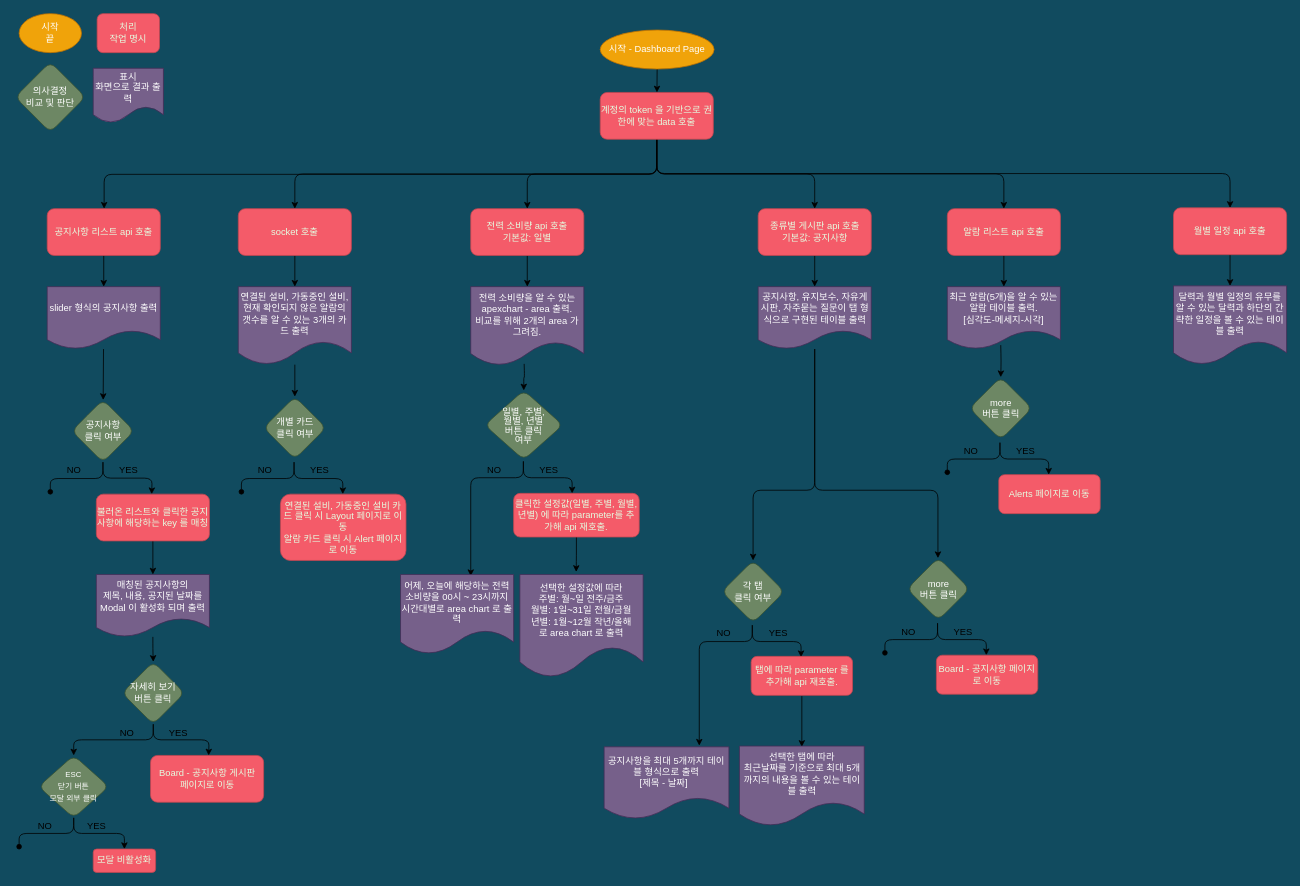
Before: dashboard-page.drawio in hws522/draw.io, a draw.io diagram. Source tidied: cells renumbered, new cells numbered last; positions are measured from the earlier drawing's top-left corner, leaving out a move shared by most shapes. Both pictures are drawn from the tidied source at 78%, with x=0, y=0 at pixel (15, 13).
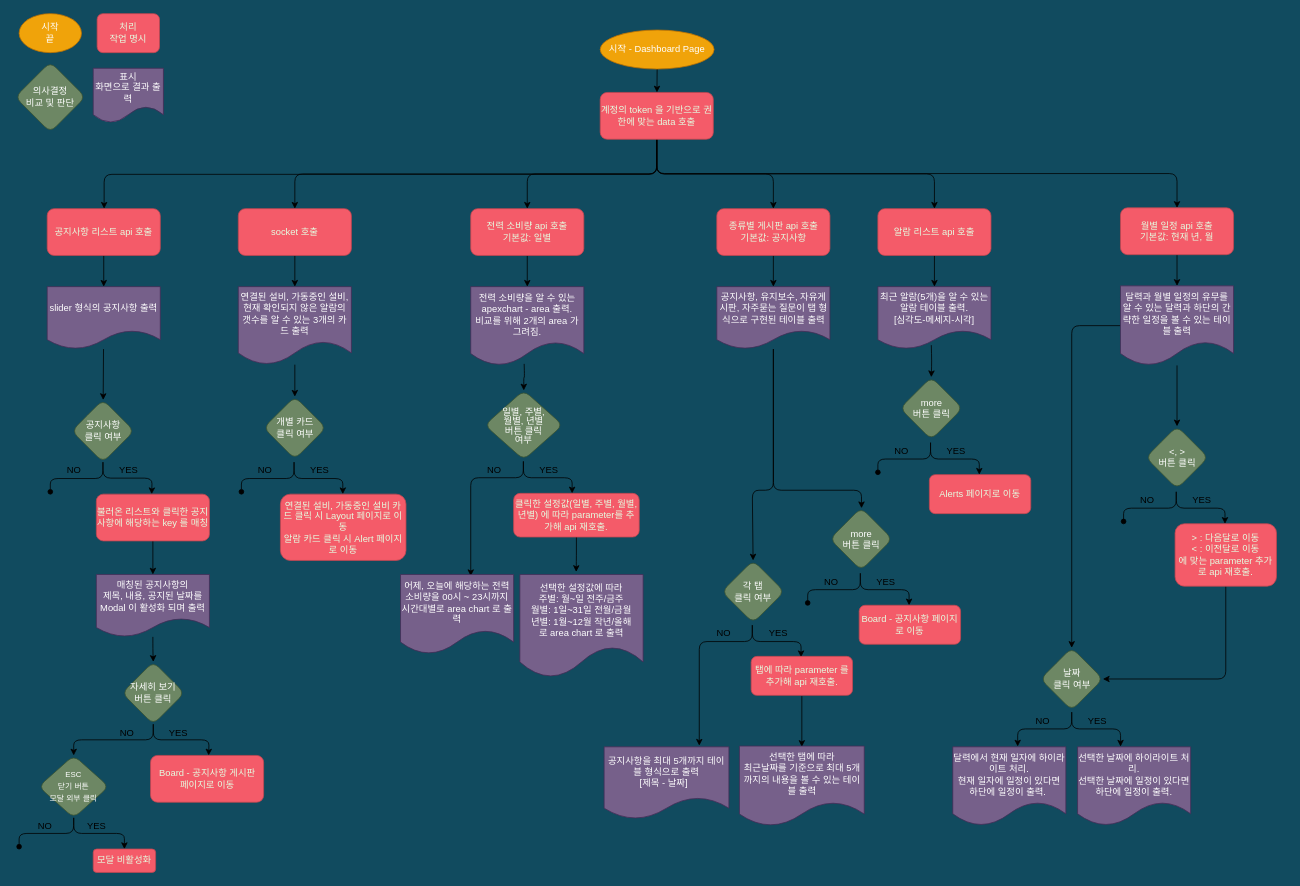
After the change.

Commit message:
dashboard page flowchart

Unchanged cells that the change refers to:
```xml
<mxCell id="87" value="각 탭&lt;br&gt;클릭 여부" style="rhombus;whiteSpace=wrap;html=1;fillColor=#6d8764;strokeColor=#3A5431;fontColor=#ffffff;rounded=1;glass=0;strokeWidth=1;shadow=0;" parent="1" vertex="1">
  <mxGeometry x="906" y="701" width="80" height="80" as="geometry" />
</mxCell>
```

What changed in the source:
```diff
@@
     <mxCell id="15" value="최근 알람(5개)을 알 수 있는 알람 테이블 출력.&lt;br&gt;[심각도-메세지-시각]" style="shape=document;whiteSpace=wrap;html=1;boundedLbl=1;fillColor=#76608a;strokeColor=#432D57;fontColor=#ffffff;rounded=1;glass=0;strokeWidth=1;shadow=0;" parent="1" vertex="1">
-      <mxGeometry x="1195" y="350" width="145" height="80" as="geometry" />
+      <mxGeometry x="1106" y="350" width="145" height="80" as="geometry" />
     </mxCell>
     <mxCell id="16" style="edgeStyle=orthogonalEdgeStyle;html=1;shadow=0;fontSize=10;endArrow=classic;endFill=1;" parent="1" edge="1" source="18" target="81">
       <mxGeometry relative="1" as="geometry">
         <Array as="points">
-          <mxPoint x="1025" y="611" />
-          <mxPoint x="1183" y="611" />
+          <mxPoint x="972" y="611" />
+          <mxPoint x="1085" y="611" />
         </Array>
       </mxGeometry>
     </mxCell>
-    <mxCell id="17" style="edgeStyle=orthogonalEdgeStyle;html=1;shadow=0;fontSize=10;endArrow=classic;endFill=1;" parent="1" edge="1" source="18" target="87">
+    <mxCell id="17" style="edgeStyle=orthogonalEdgeStyle;html=1;shadow=0;fontSize=10;endArrow=classic;endFill=1;entryX=0.5;entryY=0;entryDx=0;entryDy=0;" parent="1" edge="1" target="87">
       <mxGeometry relative="1" as="geometry">
+        <mxPoint x="972" y="430" as="sourcePoint" />
         <Array as="points">
-          <mxPoint x="1025" y="611" />
-          <mxPoint x="946" y="611" />
+          <mxPoint x="972" y="611" />
+          <mxPoint x="945" y="611" />
+          <mxPoint x="945" y="701" />
         </Array>
       </mxGeometry>
     </mxCell>
     <mxCell id="18" value="공지사항, 유지보수, 자유게시판, 자주묻는 질문이 탭 형식으로 구현된 테이블 출력" style="shape=document;whiteSpace=wrap;html=1;boundedLbl=1;fillColor=#76608a;strokeColor=#432D57;fontColor=#ffffff;rounded=1;glass=0;strokeWidth=1;shadow=0;" parent="1" vertex="1">
-      <mxGeometry x="952.5" y="350" width="145" height="80" as="geometry" />
+      <mxGeometry x="899.5" y="350" width="145" height="80" as="geometry" />
     </mxCell>
+    <mxCell id="96" style="edgeStyle=orthogonalEdgeStyle;html=1;shadow=0;fontSize=10;endArrow=classic;endFill=1;" parent="1" edge="1" source="19" target="98">
+      <mxGeometry relative="1" as="geometry" />
+    </mxCell>
+    <mxCell id="97" style="edgeStyle=orthogonalEdgeStyle;html=1;entryX=0.5;entryY=0;entryDx=0;entryDy=0;shadow=0;fontSize=10;endArrow=classic;endFill=1;" parent="1" edge="1" source="19" target="105">
+      <mxGeometry relative="1" as="geometry" />
+    </mxCell>
     <mxCell id="19" value="달력과 월별 일정의 유무를 알 수 있는 달력과 하단의 간략한 일정을 볼 수 있는 테이블 출력" style="shape=document;whiteSpace=wrap;html=1;boundedLbl=1;fillColor=#76608a;strokeColor=#432D57;fontColor=#ffffff;rounded=1;glass=0;strokeWidth=1;shadow=0;" parent="1" vertex="1">
-      <mxGeometry x="1485" y="349" width="145" height="101" as="geometry" />
+      <mxGeometry x="1417" y="349" width="145" height="102" as="geometry" />
     </mxCell>
@@
-    <mxCell id="29" value="월별 일정 api 호출" style="whiteSpace=wrap;html=1;fillColor=#F45B69;strokeColor=#C34651;fontColor=#E4FDE1;rounded=1;glass=0;strokeWidth=1;shadow=0;" parent="1" vertex="1">
-      <mxGeometry x="1485" y="249" width="145" height="60" as="geometry" />
+    <mxCell id="29" value="월별 일정 api 호출&lt;br&gt;기본값: 현재 년, 월" style="whiteSpace=wrap;html=1;fillColor=#F45B69;strokeColor=#C34651;fontColor=#E4FDE1;rounded=1;glass=0;strokeWidth=1;shadow=0;" parent="1" vertex="1">
+      <mxGeometry x="1417" y="249" width="145" height="60" as="geometry" />
     </mxCell>
@@
     <mxCell id="31" value="종류별 게시판 api 호출&lt;br&gt;기본값: 공지사항" style="whiteSpace=wrap;html=1;fillColor=#F45B69;strokeColor=#C34651;fontColor=#E4FDE1;rounded=1;glass=0;strokeWidth=1;shadow=0;" parent="1" vertex="1">
-      <mxGeometry x="952.5" y="250" width="145" height="60" as="geometry" />
+      <mxGeometry x="899.5" y="250" width="145" height="60" as="geometry" />
     </mxCell>
@@
     <mxCell id="33" value="알람 리스트 api 호출" style="whiteSpace=wrap;html=1;fillColor=#F45B69;strokeColor=#C34651;fontColor=#E4FDE1;rounded=1;glass=0;strokeWidth=1;shadow=0;" parent="1" vertex="1">
-      <mxGeometry x="1195" y="250" width="145" height="60" as="geometry" />
+      <mxGeometry x="1106" y="250" width="145" height="60" as="geometry" />
     </mxCell>
@@
     <mxCell id="74" style="edgeStyle=orthogonalEdgeStyle;html=1;fontSize=10;endArrow=classic;endFill=1;" parent="1" edge="1" target="75">
       <mxGeometry relative="1" as="geometry">
-        <mxPoint x="1263.5" y="425" as="sourcePoint" />
+        <mxPoint x="1174.5" y="425" as="sourcePoint" />
       </mxGeometry>
     </mxCell>
     <mxCell id="75" value="more&lt;br&gt;버튼 클릭" style="rhombus;whiteSpace=wrap;html=1;fillColor=#6d8764;strokeColor=#3A5431;fontColor=#ffffff;rounded=1;glass=0;strokeWidth=1;shadow=0;" parent="1" vertex="1">
-      <mxGeometry x="1223.5" y="466" width="80" height="80" as="geometry" />
+      <mxGeometry x="1134.5" y="466" width="80" height="80" as="geometry" />
     </mxCell>
     <mxCell id="76" style="edgeStyle=orthogonalEdgeStyle;html=1;exitX=0.5;exitY=1;exitDx=0;exitDy=0;endArrow=oval;endFill=1;" parent="1" edge="1">
       <mxGeometry relative="1" as="geometry">
-        <mxPoint x="1262.5" y="550" as="sourcePoint" />
-        <mxPoint x="1195" y="588" as="targetPoint" />
+        <mxPoint x="1173.5" y="550" as="sourcePoint" />
+        <mxPoint x="1106" y="588" as="targetPoint" />
         <Array as="points">
-          <mxPoint x="1263" y="571" />
-          <mxPoint x="1195" y="571" />
+          <mxPoint x="1174" y="571" />
+          <mxPoint x="1106" y="571" />
         </Array>
       </mxGeometry>
     </mxCell>
     <mxCell id="77" style="edgeStyle=orthogonalEdgeStyle;html=1;exitX=0.5;exitY=1;exitDx=0;exitDy=0;" parent="1" edge="1">
       <mxGeometry relative="1" as="geometry">
-        <mxPoint x="1262.5" y="550" as="sourcePoint" />
-        <mxPoint x="1325" y="591" as="targetPoint" />
+        <mxPoint x="1173.5" y="550" as="sourcePoint" />
+        <mxPoint x="1236" y="591" as="targetPoint" />
         <Array as="points">
-          <mxPoint x="1263" y="571" />
-          <mxPoint x="1325" y="571" />
+          <mxPoint x="1174" y="571" />
+          <mxPoint x="1236" y="571" />
         </Array>
       </mxGeometry>
     </mxCell>
     <mxCell id="78" value="NO" style="text;html=1;align=center;verticalAlign=middle;strokeColor=none;fillColor=none;" parent="1" vertex="1">
-      <mxGeometry x="1205" y="546" width="40" height="30" as="geometry" />
+      <mxGeometry x="1116" y="546" width="40" height="30" as="geometry" />
     </mxCell>
     <mxCell id="79" value="YES" style="text;html=1;align=center;verticalAlign=middle;strokeColor=none;fillColor=none;" parent="1" vertex="1">
-      <mxGeometry x="1270" y="546" width="50" height="30" as="geometry" />
+      <mxGeometry x="1181" y="546" width="50" height="30" as="geometry" />
     </mxCell>
     <mxCell id="80" value="Alerts 페이지로 이동" style="whiteSpace=wrap;html=1;fillColor=#F45B69;strokeColor=#C34651;fontColor=#E4FDE1;rounded=1;glass=0;strokeWidth=1;shadow=0;" parent="1" vertex="1">
-      <mxGeometry x="1261" y="591" width="130" height="50" as="geometry" />
+      <mxGeometry x="1172" y="591" width="130" height="50" as="geometry" />
     </mxCell>
     <mxCell id="81" value="more&lt;br&gt;버튼 클릭" style="rhombus;whiteSpace=wrap;html=1;fillColor=#6d8764;strokeColor=#3A5431;fontColor=#ffffff;rounded=1;glass=0;strokeWidth=1;shadow=0;" parent="1" vertex="1">
-      <mxGeometry x="1143.5" y="697.5" width="80" height="80" as="geometry" />
+      <mxGeometry x="1044.5" y="633.5" width="80" height="80" as="geometry" />
     </mxCell>
     <mxCell id="82" style="edgeStyle=orthogonalEdgeStyle;html=1;exitX=0.5;exitY=1;exitDx=0;exitDy=0;endArrow=oval;endFill=1;" parent="1" edge="1">
       <mxGeometry relative="1" as="geometry">
-        <mxPoint x="1182.5" y="781.5" as="sourcePoint" />
-        <mxPoint x="1115" y="819.5" as="targetPoint" />
+        <mxPoint x="1083.5" y="717.5" as="sourcePoint" />
+        <mxPoint x="1016" y="755.5" as="targetPoint" />
         <Array as="points">
-          <mxPoint x="1183" y="802.5" />
-          <mxPoint x="1115" y="802.5" />
+          <mxPoint x="1084" y="738.5" />
+          <mxPoint x="1016" y="738.5" />
         </Array>
       </mxGeometry>
     </mxCell>
     <mxCell id="83" style="edgeStyle=orthogonalEdgeStyle;html=1;exitX=0.5;exitY=1;exitDx=0;exitDy=0;" parent="1" edge="1">
       <mxGeometry relative="1" as="geometry">
-        <mxPoint x="1182.5" y="781.5" as="sourcePoint" />
-        <mxPoint x="1245" y="822.5" as="targetPoint" />
+        <mxPoint x="1083.5" y="717.5" as="sourcePoint" />
+        <mxPoint x="1146" y="758.5" as="targetPoint" />
         <Array as="points">
-          <mxPoint x="1183" y="802.5" />
-          <mxPoint x="1245" y="802.5" />
+          <mxPoint x="1084" y="738.5" />
+          <mxPoint x="1146" y="738.5" />
         </Array>
       </mxGeometry>
     </mxCell>
     <mxCell id="84" value="NO" style="text;html=1;align=center;verticalAlign=middle;strokeColor=none;fillColor=none;" parent="1" vertex="1">
-      <mxGeometry x="1125" y="777.5" width="40" height="30" as="geometry" />
+      <mxGeometry x="1026" y="713.5" width="40" height="30" as="geometry" />
     </mxCell>
     <mxCell id="85" value="YES" style="text;html=1;align=center;verticalAlign=middle;strokeColor=none;fillColor=none;" parent="1" vertex="1">
-      <mxGeometry x="1190" y="777.5" width="50" height="30" as="geometry" />
+      <mxGeometry x="1091" y="713.5" width="50" height="30" as="geometry" />
     </mxCell>
     <mxCell id="86" value="Board - 공지사항 페이지로 이동" style="whiteSpace=wrap;html=1;fillColor=#F45B69;strokeColor=#C34651;fontColor=#E4FDE1;rounded=1;glass=0;strokeWidth=1;shadow=0;" parent="1" vertex="1">
-      <mxGeometry x="1181" y="822.5" width="130" height="50" as="geometry" />
+      <mxGeometry x="1082" y="758.5" width="130" height="50" as="geometry" />
     </mxCell>
@@
+    <mxCell id="98" value="날짜&lt;br&gt;클릭 여부" style="rhombus;whiteSpace=wrap;html=1;fillColor=#6d8764;strokeColor=#3A5431;fontColor=#ffffff;rounded=1;glass=0;strokeWidth=1;shadow=0;" parent="1" vertex="1">
+      <mxGeometry x="1314.5" y="813" width="80" height="80" as="geometry" />
+    </mxCell>
+    <mxCell id="99" style="edgeStyle=orthogonalEdgeStyle;html=1;exitX=0.5;exitY=1;exitDx=0;exitDy=0;endArrow=classic;endFill=1;entryX=0.574;entryY=-0.005;entryDx=0;entryDy=0;entryPerimeter=0;" parent="1" edge="1" target="104">
+      <mxGeometry relative="1" as="geometry">
+        <mxPoint x="1354.5" y="895.5" as="sourcePoint" />
+        <Array as="points">
+          <mxPoint x="1354" y="917" />
+          <mxPoint x="1285" y="917" />
+        </Array>
+      </mxGeometry>
+    </mxCell>
+    <mxCell id="100" style="edgeStyle=orthogonalEdgeStyle;html=1;exitX=0.5;exitY=1;exitDx=0;exitDy=0;entryX=0.38;entryY=-0.004;entryDx=0;entryDy=0;entryPerimeter=0;" parent="1" edge="1" target="103">
+      <mxGeometry relative="1" as="geometry">
+        <mxPoint x="1354.5" y="895.5" as="sourcePoint" />
+        <Array as="points">
+          <mxPoint x="1354" y="917" />
+          <mxPoint x="1417" y="917" />
+        </Array>
+      </mxGeometry>
+    </mxCell>
+    <mxCell id="101" value="NO" style="text;html=1;align=center;verticalAlign=middle;strokeColor=none;fillColor=none;" parent="1" vertex="1">
+      <mxGeometry x="1297" y="891.5" width="40" height="30" as="geometry" />
+    </mxCell>
+    <mxCell id="102" value="YES" style="text;html=1;align=center;verticalAlign=middle;strokeColor=none;fillColor=none;" parent="1" vertex="1">
+      <mxGeometry x="1362" y="891.5" width="50" height="30" as="geometry" />
+    </mxCell>
+    <mxCell id="103" value="선택한 날짜에 하이라이트 처리.&lt;br&gt;선택한 날짜에 일정이 있다면 하단에 일정이 출력." style="shape=document;whiteSpace=wrap;html=1;boundedLbl=1;fillColor=#76608a;strokeColor=#432D57;fontColor=#ffffff;rounded=1;glass=0;strokeWidth=1;shadow=0;" parent="1" vertex="1">
+      <mxGeometry x="1362" y="940" width="145" height="101" as="geometry" />
+    </mxCell>
+    <mxCell id="104" value="달력에서 현재 일자에 하이라이트 처리.&lt;br&gt;현재 일자에 일정이 있다면 하단에 일정이 출력.&amp;nbsp;" style="shape=document;whiteSpace=wrap;html=1;boundedLbl=1;fillColor=#76608a;strokeColor=#432D57;fontColor=#ffffff;rounded=1;glass=0;strokeWidth=1;shadow=0;" parent="1" vertex="1">
+      <mxGeometry x="1202" y="940" width="145" height="101" as="geometry" />
+    </mxCell>
+    <mxCell id="105" value="&amp;lt;, &amp;gt;&lt;br&gt;버튼 클릭" style="rhombus;whiteSpace=wrap;html=1;fillColor=#6d8764;strokeColor=#3A5431;fontColor=#ffffff;rounded=1;glass=0;strokeWidth=1;shadow=0;" parent="1" vertex="1">
+      <mxGeometry x="1449.5" y="529" width="80" height="80" as="geometry" />
+    </mxCell>
+    <mxCell id="106" style="edgeStyle=orthogonalEdgeStyle;html=1;exitX=0.5;exitY=1;exitDx=0;exitDy=0;endArrow=oval;endFill=1;" parent="1" edge="1">
+      <mxGeometry relative="1" as="geometry">
+        <mxPoint x="1488.5" y="613" as="sourcePoint" />
+        <mxPoint x="1421" y="651" as="targetPoint" />
+        <Array as="points">
+          <mxPoint x="1489" y="634" />
+          <mxPoint x="1421" y="634" />
+        </Array>
+      </mxGeometry>
+    </mxCell>
+    <mxCell id="107" style="edgeStyle=orthogonalEdgeStyle;html=1;exitX=0.5;exitY=1;exitDx=0;exitDy=0;" parent="1" edge="1">
+      <mxGeometry relative="1" as="geometry">
+        <mxPoint x="1488.5" y="613" as="sourcePoint" />
+        <mxPoint x="1551" y="654" as="targetPoint" />
+        <Array as="points">
+          <mxPoint x="1489" y="634" />
+          <mxPoint x="1551" y="634" />
+        </Array>
+      </mxGeometry>
+    </mxCell>
+    <mxCell id="108" value="NO" style="text;html=1;align=center;verticalAlign=middle;strokeColor=none;fillColor=none;" parent="1" vertex="1">
+      <mxGeometry x="1431" y="609" width="40" height="30" as="geometry" />
+    </mxCell>
+    <mxCell id="109" value="YES" style="text;html=1;align=center;verticalAlign=middle;strokeColor=none;fillColor=none;" parent="1" vertex="1">
+      <mxGeometry x="1496" y="609" width="50" height="30" as="geometry" />
+    </mxCell>
+    <mxCell id="110" style="edgeStyle=orthogonalEdgeStyle;html=1;entryX=1;entryY=0.5;entryDx=0;entryDy=0;shadow=0;fontSize=10;endArrow=classic;endFill=1;" parent="1" edge="1" source="111" target="98">
+      <mxGeometry relative="1" as="geometry">
+        <Array as="points">
+          <mxPoint x="1552" y="853" />
+        </Array>
+      </mxGeometry>
+    </mxCell>
+    <mxCell id="111" value="&amp;gt; : 다음달로 이동&lt;br&gt;&amp;lt; : 이전달로 이동&lt;br&gt;에 맞는 parameter 추가로 api 재호출." style="whiteSpace=wrap;html=1;fillColor=#F45B69;strokeColor=#C34651;fontColor=#E4FDE1;rounded=1;glass=0;strokeWidth=1;shadow=0;" parent="1" vertex="1">
+      <mxGeometry x="1487" y="654" width="130" height="80" as="geometry" />
+    </mxCell>
```
